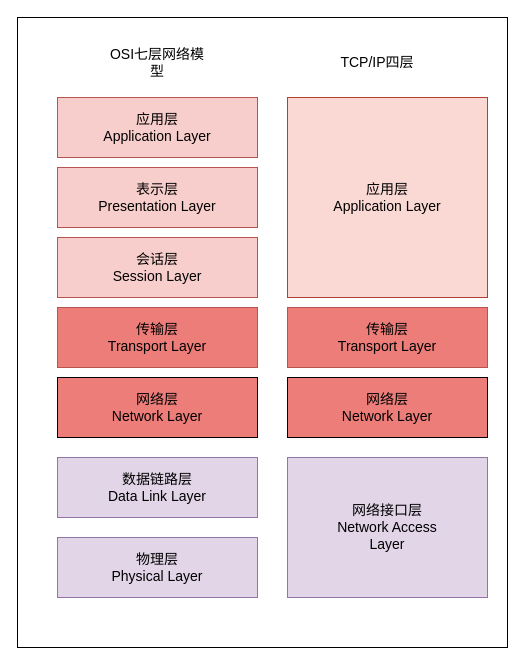
ChengziMao/diagrams keeps this draw.io diagram as OSI七层模型.drawio. Above is the earlier version. Source tidied: cells renumbered, new cells numbered last; positions are measured from the earlier drawing's top-left corner, leaving out a move shared by most shapes. Both pictures are drawn from the tidied source at 100%, with x=0, y=0 at pixel (17, 17).
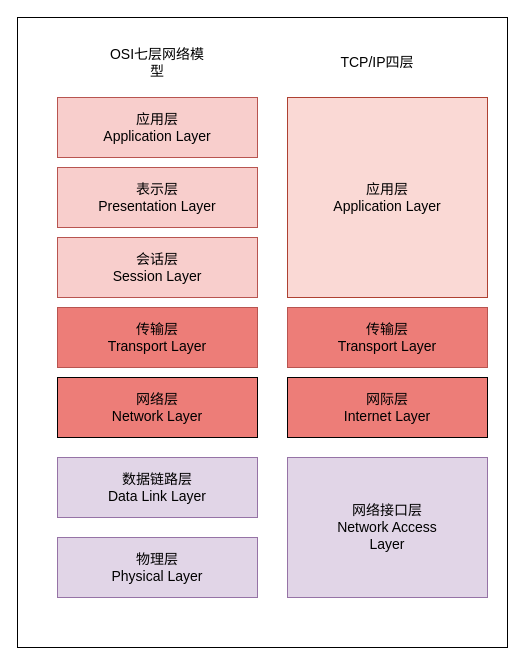
After the change.

Commit message:
更新OSI七层模型.drawio

Diff of the diagram source:
```diff
@@
 <mxGraphModel>
   <root>
     <mxCell id="0" />
     <mxCell id="1" parent="0" />
     <mxCell id="2" style="whiteSpace=wrap;html=1;fontSize=14;fontStyle=0;" parent="1" vertex="1">
       <mxGeometry width="490" height="630" as="geometry" />
     </mxCell>
     <mxCell id="3" value="&lt;font style=&quot;vertical-align: inherit;&quot; class=&quot;notranslate fyzs-translate-target fyzs-translate-target-wrapper&quot;&gt;&lt;font style=&quot;vertical-align: inherit;&quot; class=&quot;notranslate fyzs-translate-target fyzs-translate-target-box&quot;&gt;&lt;font style=&quot;vertical-align: inherit;&quot; title=&quot;Text&quot; class=&quot;notranslate fyzs-translate-target fyzs-translate-target-text&quot;&gt;OSI七层网络模型&lt;/font&gt;&lt;/font&gt;&lt;/font&gt;" style="text;html=1;align=center;verticalAlign=middle;whiteSpace=wrap;rounded=0;fontSize=14;fontStyle=0;" parent="1" vertex="1">
       <mxGeometry x="90" y="30" width="100" height="30" as="geometry" />
     </mxCell>
     <mxCell id="4" value="&lt;font style=&quot;vertical-align: inherit;&quot; class=&quot;notranslate fyzs-translate-target fyzs-translate-target-wrapper&quot;&gt;&lt;font style=&quot;vertical-align: inherit;&quot; class=&quot;notranslate fyzs-translate-target fyzs-translate-target-box&quot;&gt;&lt;font style=&quot;vertical-align: inherit;&quot; title=&quot;T&quot; class=&quot;notranslate fyzs-translate-target fyzs-translate-target-text&quot;&gt;TCP/IP四层&lt;/font&gt;&lt;/font&gt;&lt;/font&gt;" style="text;html=1;align=center;verticalAlign=middle;whiteSpace=wrap;rounded=0;fontSize=14;fontStyle=0;" parent="1" vertex="1">
       <mxGeometry x="320" y="30" width="80" height="30" as="geometry" />
     </mxCell>
     <mxCell id="5" value="&lt;font style=&quot;vertical-align: inherit;&quot; class=&quot;notranslate fyzs-translate-target fyzs-translate-target-wrapper&quot;&gt;&lt;font style=&quot;vertical-align: inherit;&quot; class=&quot;notranslate fyzs-translate-target fyzs-translate-target-box&quot;&gt;&lt;font style=&quot;vertical-align: inherit;&quot; title=&quot;y&quot; class=&quot;notranslate fyzs-translate-target fyzs-translate-target-text&quot;&gt;应用层&lt;/font&gt;&lt;/font&gt;&lt;/font&gt;&lt;div&gt;&lt;font style=&quot;vertical-align: inherit;&quot; class=&quot;notranslate fyzs-translate-target fyzs-translate-target-wrapper&quot;&gt;&lt;font style=&quot;vertical-align: inherit;&quot; class=&quot;notranslate fyzs-translate-target fyzs-translate-target-box&quot;&gt;&lt;font style=&quot;vertical-align: inherit;&quot; title=&quot;y&quot; class=&quot;notranslate fyzs-translate-target fyzs-translate-target-text&quot;&gt;Application Layer&lt;/font&gt;&lt;/font&gt;&lt;/font&gt;&lt;/div&gt;" style="rounded=0;whiteSpace=wrap;html=1;fillColor=#f8cecc;strokeColor=#b85450;fontSize=14;fontStyle=0;" parent="1" vertex="1">
       <mxGeometry x="40" y="80" width="200" height="60" as="geometry" />
     </mxCell>
     <mxCell id="6" value="&lt;font style=&quot;vertical-align: inherit;&quot; class=&quot;notranslate fyzs-translate-target fyzs-translate-target-wrapper&quot;&gt;&lt;font style=&quot;vertical-align: inherit;&quot; class=&quot;notranslate fyzs-translate-target fyzs-translate-target-box&quot;&gt;&lt;font style=&quot;vertical-align: inherit;&quot; title=&quot;b&quot; class=&quot;notranslate fyzs-translate-target fyzs-translate-target-text&quot;&gt;表示层&lt;/font&gt;&lt;/font&gt;&lt;/font&gt;&lt;div&gt;&lt;font style=&quot;vertical-align: inherit;&quot; class=&quot;notranslate fyzs-translate-target fyzs-translate-target-wrapper&quot;&gt;&lt;font style=&quot;vertical-align: inherit;&quot; class=&quot;notranslate fyzs-translate-target fyzs-translate-target-box&quot;&gt;&lt;font style=&quot;vertical-align: inherit;&quot; title=&quot;P&quot; class=&quot;notranslate fyzs-translate-target fyzs-translate-target-text&quot;&gt;Presentation Layer&lt;/font&gt;&lt;/font&gt;&lt;/font&gt;&lt;/div&gt;" style="rounded=0;whiteSpace=wrap;html=1;fillColor=#f8cecc;strokeColor=#b85450;fontSize=14;fontStyle=0;" parent="1" vertex="1">
       <mxGeometry x="40" y="150" width="200" height="60" as="geometry" />
     </mxCell>
     <mxCell id="7" value="&lt;font style=&quot;vertical-align: inherit;&quot; class=&quot;notranslate fyzs-translate-target fyzs-translate-target-wrapper&quot;&gt;&lt;font style=&quot;vertical-align: inherit;&quot; class=&quot;notranslate fyzs-translate-target fyzs-translate-target-box&quot;&gt;&lt;font style=&quot;vertical-align: inherit;&quot; title=&quot;h&quot; class=&quot;notranslate fyzs-translate-target fyzs-translate-target-text&quot;&gt;会话层&lt;/font&gt;&lt;/font&gt;&lt;/font&gt;&lt;div&gt;&lt;font style=&quot;vertical-align: inherit;&quot; class=&quot;notranslate fyzs-translate-target fyzs-translate-target-wrapper&quot;&gt;&lt;font style=&quot;vertical-align: inherit;&quot; class=&quot;notranslate fyzs-translate-target fyzs-translate-target-box&quot;&gt;&lt;font style=&quot;vertical-align: inherit;&quot; title=&quot;h&quot; class=&quot;notranslate fyzs-translate-target fyzs-translate-target-text&quot;&gt;Session Layer&lt;/font&gt;&lt;/font&gt;&lt;/font&gt;&lt;/div&gt;" style="rounded=0;whiteSpace=wrap;html=1;fillColor=#f8cecc;strokeColor=#b85450;fontSize=14;fontStyle=0;" parent="1" vertex="1">
       <mxGeometry x="40" y="220" width="200" height="60" as="geometry" />
     </mxCell>
     <mxCell id="8" value="&lt;font style=&quot;vertical-align: inherit;&quot; class=&quot;notranslate fyzs-translate-target fyzs-translate-target-wrapper&quot;&gt;&lt;font style=&quot;vertical-align: inherit;&quot; class=&quot;notranslate fyzs-translate-target fyzs-translate-target-box&quot;&gt;&lt;font style=&quot;vertical-align: inherit;&quot; title=&quot;c&quot; class=&quot;notranslate fyzs-translate-target fyzs-translate-target-text&quot;&gt;传输层&lt;/font&gt;&lt;/font&gt;&lt;/font&gt;&lt;div&gt;&lt;font style=&quot;vertical-align: inherit;&quot; class=&quot;notranslate fyzs-translate-target fyzs-translate-target-wrapper&quot;&gt;&lt;font style=&quot;vertical-align: inherit;&quot; class=&quot;notranslate fyzs-translate-target fyzs-translate-target-box&quot;&gt;&lt;font style=&quot;vertical-align: inherit;&quot; title=&quot;c&quot; class=&quot;notranslate fyzs-translate-target fyzs-translate-target-text&quot;&gt;Transport Layer&lt;/font&gt;&lt;/font&gt;&lt;/font&gt;&lt;/div&gt;" style="rounded=0;whiteSpace=wrap;html=1;fillColor=light-dark(#ed7d78, #512d2b);strokeColor=#b85450;fontSize=14;fontStyle=0;" parent="1" vertex="1">
       <mxGeometry x="40" y="290" width="200" height="60" as="geometry" />
     </mxCell>
     <mxCell id="9" value="&lt;font style=&quot;vertical-align: inherit;&quot; class=&quot;notranslate fyzs-translate-target fyzs-translate-target-wrapper&quot;&gt;&lt;font style=&quot;vertical-align: inherit;&quot; class=&quot;notranslate fyzs-translate-target fyzs-translate-target-box&quot;&gt;&lt;font style=&quot;vertical-align: inherit;&quot; title=&quot;w&quot; class=&quot;notranslate fyzs-translate-target fyzs-translate-target-text&quot;&gt;网络层&lt;/font&gt;&lt;/font&gt;&lt;/font&gt;&lt;div&gt;&lt;font style=&quot;vertical-align: inherit;&quot; class=&quot;notranslate fyzs-translate-target fyzs-translate-target-wrapper&quot;&gt;&lt;font style=&quot;vertical-align: inherit;&quot; class=&quot;notranslate fyzs-translate-target fyzs-translate-target-box&quot;&gt;&lt;font style=&quot;vertical-align: inherit;&quot; title=&quot;w&quot; class=&quot;notranslate fyzs-translate-target fyzs-translate-target-text&quot;&gt;Network Layer&lt;/font&gt;&lt;/font&gt;&lt;/font&gt;&lt;/div&gt;" style="rounded=0;whiteSpace=wrap;html=1;fillColor=light-dark(#ed7d78, #512d2b);fontSize=14;fontStyle=0;" parent="1" vertex="1">
       <mxGeometry x="40" y="360" width="200" height="60" as="geometry" />
     </mxCell>
     <mxCell id="10" value="&lt;font style=&quot;vertical-align: inherit;&quot; class=&quot;notranslate fyzs-translate-target fyzs-translate-target-wrapper&quot;&gt;&lt;font style=&quot;vertical-align: inherit;&quot; class=&quot;notranslate fyzs-translate-target fyzs-translate-target-box&quot;&gt;&lt;font style=&quot;vertical-align: inherit;&quot; title=&quot;s&quot; class=&quot;notranslate fyzs-translate-target fyzs-translate-target-text&quot;&gt;数据链路层&lt;/font&gt;&lt;/font&gt;&lt;/font&gt;&lt;div&gt;&lt;font style=&quot;vertical-align: inherit;&quot; class=&quot;notranslate fyzs-translate-target fyzs-translate-target-wrapper&quot;&gt;&lt;font style=&quot;vertical-align: inherit;&quot; class=&quot;notranslate fyzs-translate-target fyzs-translate-target-box&quot;&gt;&lt;font style=&quot;vertical-align: inherit;&quot; title=&quot;s&quot; class=&quot;notranslate fyzs-translate-target fyzs-translate-target-text&quot;&gt;Data Link Layer&lt;/font&gt;&lt;/font&gt;&lt;/font&gt;&lt;/div&gt;" style="rounded=0;whiteSpace=wrap;html=1;fillColor=#e1d5e7;strokeColor=#9673a6;fontSize=14;fontStyle=0;" parent="1" vertex="1">
       <mxGeometry x="40" y="440" width="200" height="60" as="geometry" />
     </mxCell>
     <mxCell id="11" value="&lt;font style=&quot;vertical-align: inherit;&quot; class=&quot;notranslate fyzs-translate-target fyzs-translate-target-wrapper&quot;&gt;&lt;font style=&quot;vertical-align: inherit;&quot; class=&quot;notranslate fyzs-translate-target fyzs-translate-target-box&quot;&gt;&lt;font style=&quot;vertical-align: inherit;&quot; title=&quot;w&quot; class=&quot;notranslate fyzs-translate-target fyzs-translate-target-text&quot;&gt;物理层&lt;/font&gt;&lt;/font&gt;&lt;/font&gt;&lt;div&gt;&lt;font style=&quot;vertical-align: inherit;&quot; class=&quot;notranslate fyzs-translate-target fyzs-translate-target-wrapper&quot;&gt;&lt;font style=&quot;vertical-align: inherit;&quot; class=&quot;notranslate fyzs-translate-target fyzs-translate-target-box&quot;&gt;&lt;font style=&quot;vertical-align: inherit;&quot; title=&quot;w&quot; class=&quot;notranslate fyzs-translate-target fyzs-translate-target-text&quot;&gt;Physical Layer&lt;/font&gt;&lt;/font&gt;&lt;/font&gt;&lt;/div&gt;" style="rounded=0;whiteSpace=wrap;html=1;fillColor=#e1d5e7;strokeColor=#9673a6;fontSize=14;fontStyle=0;" parent="1" vertex="1">
       <mxGeometry x="40" y="520" width="200" height="60" as="geometry" />
     </mxCell>
     <mxCell id="12" value="&lt;font style=&quot;vertical-align: inherit;&quot; class=&quot;notranslate fyzs-translate-target fyzs-translate-target-wrapper&quot;&gt;&lt;font style=&quot;vertical-align: inherit;&quot; class=&quot;notranslate fyzs-translate-target fyzs-translate-target-box&quot;&gt;&lt;font style=&quot;vertical-align: inherit;&quot; title=&quot;y&quot; class=&quot;notranslate fyzs-translate-target fyzs-translate-target-text&quot;&gt;应用层&lt;/font&gt;&lt;/font&gt;&lt;/font&gt;&lt;div&gt;&lt;font style=&quot;vertical-align: inherit;&quot; class=&quot;notranslate fyzs-translate-target fyzs-translate-target-wrapper&quot;&gt;&lt;font style=&quot;vertical-align: inherit;&quot; class=&quot;notranslate fyzs-translate-target fyzs-translate-target-box&quot;&gt;&lt;font style=&quot;vertical-align: inherit;&quot; title=&quot;y&quot; class=&quot;notranslate fyzs-translate-target fyzs-translate-target-text&quot;&gt;Application Layer&lt;/font&gt;&lt;/font&gt;&lt;/font&gt;&lt;/div&gt;" style="rounded=0;whiteSpace=wrap;html=1;fillColor=#fad9d5;strokeColor=#ae4132;fontSize=14;fontStyle=0;" parent="1" vertex="1">
       <mxGeometry x="270" y="80" width="200" height="200" as="geometry" />
     </mxCell>
     <mxCell id="13" value="&lt;font style=&quot;vertical-align: inherit;&quot; class=&quot;notranslate fyzs-translate-target fyzs-translate-target-wrapper&quot;&gt;&lt;font style=&quot;vertical-align: inherit;&quot; class=&quot;notranslate fyzs-translate-target fyzs-translate-target-box&quot;&gt;&lt;font style=&quot;vertical-align: inherit;&quot; title=&quot;c&quot; class=&quot;notranslate fyzs-translate-target fyzs-translate-target-text&quot;&gt;传输层&lt;/font&gt;&lt;/font&gt;&lt;/font&gt;&lt;div&gt;&lt;font style=&quot;vertical-align: inherit;&quot; class=&quot;notranslate fyzs-translate-target fyzs-translate-target-wrapper&quot;&gt;&lt;font style=&quot;vertical-align: inherit;&quot; class=&quot;notranslate fyzs-translate-target fyzs-translate-target-box&quot;&gt;&lt;font style=&quot;vertical-align: inherit;&quot; title=&quot;c&quot; class=&quot;notranslate fyzs-translate-target fyzs-translate-target-text&quot;&gt;Transport Layer&lt;/font&gt;&lt;/font&gt;&lt;/font&gt;&lt;/div&gt;" style="rounded=0;whiteSpace=wrap;html=1;fillColor=light-dark(#ed7d78, #512d2b);strokeColor=#b85450;fontSize=14;fontStyle=0;" parent="1" vertex="1">
       <mxGeometry x="270" y="290" width="200" height="60" as="geometry" />
     </mxCell>
-    <mxCell id="14" value="&lt;font style=&quot;vertical-align: inherit;&quot; class=&quot;notranslate fyzs-translate-target fyzs-translate-target-wrapper&quot;&gt;&lt;font style=&quot;vertical-align: inherit;&quot; class=&quot;notranslate fyzs-translate-target fyzs-translate-target-box&quot;&gt;&lt;font style=&quot;vertical-align: inherit;&quot; title=&quot;w&quot; class=&quot;notranslate fyzs-translate-target fyzs-translate-target-text&quot;&gt;网络层&lt;/font&gt;&lt;/font&gt;&lt;/font&gt;&lt;div&gt;&lt;font style=&quot;vertical-align: inherit;&quot; class=&quot;notranslate fyzs-translate-target fyzs-translate-target-wrapper&quot;&gt;&lt;font style=&quot;vertical-align: inherit;&quot; class=&quot;notranslate fyzs-translate-target fyzs-translate-target-box&quot;&gt;&lt;font style=&quot;vertical-align: inherit;&quot; title=&quot;w&quot; class=&quot;notranslate fyzs-translate-target fyzs-translate-target-text&quot;&gt;Network Layer&lt;/font&gt;&lt;/font&gt;&lt;/font&gt;&lt;/div&gt;" style="rounded=0;whiteSpace=wrap;html=1;fillColor=light-dark(#ed7d78, #512d2b);fontSize=14;fontStyle=0;" parent="1" vertex="1">
+    <mxCell id="14" value="&lt;font style=&quot;vertical-align: inherit;&quot; class=&quot;notranslate fyzs-translate-target fyzs-translate-target-wrapper&quot;&gt;&lt;font style=&quot;vertical-align: inherit;&quot; class=&quot;notranslate fyzs-translate-target fyzs-translate-target-box&quot;&gt;&lt;font style=&quot;vertical-align: inherit;&quot; title=&quot;w&quot; class=&quot;notranslate fyzs-translate-target fyzs-translate-target-text&quot;&gt;网际层&lt;/font&gt;&lt;/font&gt;&lt;/font&gt;&lt;br&gt;&lt;div&gt;&lt;font style=&quot;vertical-align: inherit;&quot; class=&quot;notranslate fyzs-translate-target fyzs-translate-target-wrapper&quot;&gt;&lt;font style=&quot;vertical-align: inherit;&quot; class=&quot;notranslate fyzs-translate-target fyzs-translate-target-box&quot;&gt;&lt;font style=&quot;vertical-align: inherit;&quot; title=&quot;w&quot; class=&quot;notranslate fyzs-translate-target fyzs-translate-target-text&quot;&gt;Internet Layer&lt;/font&gt;&lt;/font&gt;&lt;/font&gt;&lt;/div&gt;" style="rounded=0;whiteSpace=wrap;html=1;fillColor=light-dark(#ed7d78, #512d2b);fontSize=14;fontStyle=0;" parent="1" vertex="1">
       <mxGeometry x="270" y="360" width="200" height="60" as="geometry" />
     </mxCell>
     <mxCell id="15" value="&lt;font style=&quot;vertical-align: inherit;&quot; class=&quot;notranslate fyzs-translate-target fyzs-translate-target-wrapper&quot;&gt;&lt;font style=&quot;vertical-align: inherit;&quot; class=&quot;notranslate fyzs-translate-target fyzs-translate-target-box&quot;&gt;&lt;font style=&quot;vertical-align: inherit;&quot; title=&quot;w&quot; class=&quot;notranslate fyzs-translate-target fyzs-translate-target-text&quot;&gt;网络接口层&lt;/font&gt;&lt;/font&gt;&lt;/font&gt;&lt;div&gt;&lt;font style=&quot;vertical-align: inherit;&quot; class=&quot;notranslate fyzs-translate-target fyzs-translate-target-wrapper&quot;&gt;&lt;font style=&quot;vertical-align: inherit;&quot; class=&quot;notranslate fyzs-translate-target fyzs-translate-target-box&quot;&gt;&lt;font style=&quot;vertical-align: inherit;&quot; title=&quot;w&quot; class=&quot;notranslate fyzs-translate-target fyzs-translate-target-text&quot;&gt;Network Access&lt;/font&gt;&lt;/font&gt;&lt;/font&gt;&lt;/div&gt;&lt;div&gt;&lt;font style=&quot;vertical-align: inherit;&quot; class=&quot;notranslate fyzs-translate-target fyzs-translate-target-wrapper&quot;&gt;&lt;font style=&quot;vertical-align: inherit;&quot; class=&quot;notranslate fyzs-translate-target fyzs-translate-target-box&quot;&gt;&lt;font style=&quot;vertical-align: inherit;&quot; title=&quot;L&quot; class=&quot;notranslate fyzs-translate-target fyzs-translate-target-text&quot;&gt;Layer&lt;/font&gt;&lt;/font&gt;&lt;/font&gt;&lt;/div&gt;" style="rounded=0;whiteSpace=wrap;html=1;fillColor=#e1d5e7;strokeColor=#9673a6;fontSize=14;fontStyle=0;" parent="1" vertex="1">
       <mxGeometry x="270" y="440" width="200" height="140" as="geometry" />
     </mxCell>
   </root>
 </mxGraphModel>
```
